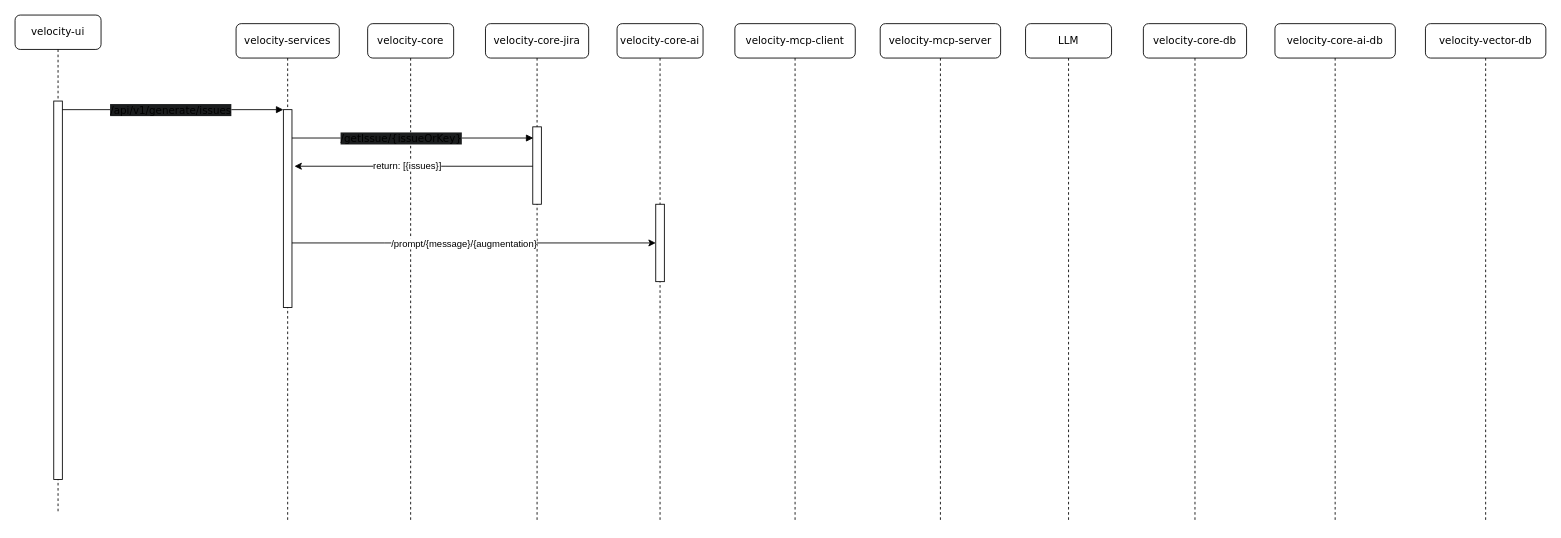
Before: generate-epics-stories-grs-sequence.drawio in jonny-dungeons/diagrams, a draw.io diagram. Source tidied: cells renumbered, new cells numbered last; positions are measured from the earlier drawing's top-left corner, leaving out a move shared by most shapes. Both pictures are drawn from the tidied source at 86%, with x=0, y=0 at pixel (15, 15).
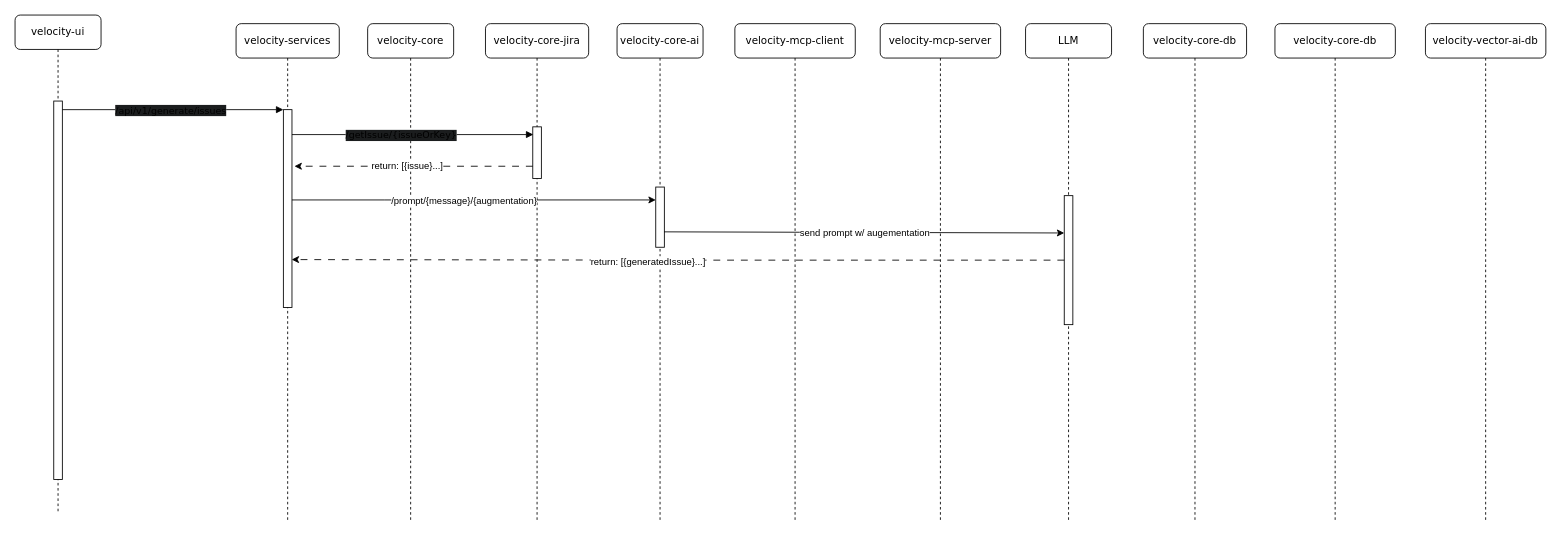
The same diagram, later.

Unchanged cells that the change refers to:
```xml
<mxCell id="3" style="html=1;points=[];perimeter=orthogonalPerimeter;rounded=0;shadow=0;comic=0;labelBackgroundColor=none;strokeWidth=1;fontFamily=Verdana;fontSize=12;align=center;" parent="2" vertex="1">
  <mxGeometry x="55" y="100" width="10" height="230" as="geometry" />
</mxCell>
<mxCell id="5" value="velocity-core-jira" style="shape=umlLifeline;perimeter=lifelinePerimeter;whiteSpace=wrap;html=1;rounded=1;shadow=0;comic=0;labelBackgroundColor=none;strokeWidth=1;fontFamily=Verdana;fontSize=12;align=center;" parent="1" vertex="1">
  <mxGeometry x="547" y="10" width="120" height="580" as="geometry" />
</mxCell>
<mxCell id="7" value="velocity-core-ai" style="shape=umlLifeline;perimeter=lifelinePerimeter;whiteSpace=wrap;html=1;rounded=1;shadow=0;comic=0;labelBackgroundColor=none;strokeWidth=1;fontFamily=Verdana;fontSize=12;align=center;" parent="1" vertex="1">
  <mxGeometry x="700" y="10" width="100" height="580" as="geometry" />
</mxCell>
<mxCell id="13" style="html=1;verticalAlign=bottom;endArrow=block;entryX=0;entryY=0;labelBackgroundColor=none;fontFamily=Verdana;fontSize=12;edgeStyle=elbowEdgeStyle;elbow=vertical;" parent="1" edge="1" source="12" target="3">
  <mxGeometry relative="1" as="geometry" />
</mxCell>
<mxCell id="15" style="html=1;verticalAlign=bottom;endArrow=block;labelBackgroundColor=none;fontFamily=Verdana;fontSize=12;edgeStyle=elbowEdgeStyle;elbow=vertical;entryX=0.067;entryY=0.148;entryDx=0;entryDy=0;entryPerimeter=0;" parent="1" edge="1" source="3" target="6">
  <mxGeometry relative="1" as="geometry" />
</mxCell>
<mxCell id="17" value="LLM" style="shape=umlLifeline;perimeter=lifelinePerimeter;whiteSpace=wrap;html=1;rounded=1;shadow=0;comic=0;labelBackgroundColor=none;strokeWidth=1;fontFamily=Verdana;fontSize=12;align=center;" parent="1" vertex="1">
  <mxGeometry x="1175" y="10" width="100" height="580" as="geometry" />
</mxCell>
```

The edit, as a diff of the source:
```diff
@@
     <mxCell id="6" style="html=1;points=[];perimeter=orthogonalPerimeter;rounded=0;shadow=0;comic=0;labelBackgroundColor=none;strokeWidth=1;fontFamily=Verdana;fontSize=12;align=center;" parent="5" vertex="1">
-      <mxGeometry x="55" y="120" width="10" height="90" as="geometry" />
+      <mxGeometry x="55" y="120" width="10" height="60" as="geometry" />
     </mxCell>
@@
     <mxCell id="8" style="html=1;points=[];perimeter=orthogonalPerimeter;rounded=0;shadow=0;comic=0;labelBackgroundColor=none;strokeWidth=1;fontFamily=Verdana;fontSize=12;align=center;" parent="7" vertex="1">
-      <mxGeometry x="45" y="210" width="10" height="90" as="geometry" />
+      <mxGeometry x="45" y="190" width="10" height="70" as="geometry" />
     </mxCell>
@@
-    <mxCell id="14" value="&lt;span style=&quot;font-family: Verdana; font-size: 12px; background-color: light-dark(rgb(27, 29, 30), rgb(0, 0, 0));&quot;&gt;/api/v1/generate/issues&lt;/span&gt;" style="edgeLabel;html=1;align=center;verticalAlign=middle;" parent="13" vertex="1">
+    <mxCell id="14" value="&lt;span style=&quot;font-family: Verdana; background-color: light-dark(rgb(27, 29, 30), rgb(0, 0, 0));&quot;&gt;&lt;font&gt;/api/v1/generate/issues&lt;/font&gt;&lt;/span&gt;" style="edgeLabel;html=1;align=center;verticalAlign=middle;" parent="13" vertex="1">
       <mxGeometry x="-0.23" relative="1" as="geometry">
         <mxPoint x="26" as="offset" />
       </mxGeometry>
     </mxCell>
@@
-    <mxCell id="16" value="&lt;span style=&quot;font-family: Verdana; font-size: 12px; background-color: light-dark(rgb(27, 29, 30), rgb(0, 0, 0));&quot;&gt;/getIssue/{issueOrKey}&lt;/span&gt;" style="edgeLabel;html=1;align=center;verticalAlign=middle;" parent="15" vertex="1">
+    <mxCell id="16" value="&lt;span style=&quot;font-family: Verdana; background-color: light-dark(rgb(27, 29, 30), rgb(0, 0, 0));&quot;&gt;&lt;font&gt;/getIssue/{issueOrKey}&lt;/font&gt;&lt;/span&gt;" style="edgeLabel;html=1;align=center;verticalAlign=middle;" parent="15" vertex="1">
       <mxGeometry x="-0.1" relative="1" as="geometry" />
     </mxCell>
@@
+    <mxCell id="25" style="html=1;points=[];perimeter=orthogonalPerimeter;rounded=0;shadow=0;comic=0;labelBackgroundColor=none;strokeWidth=1;fontFamily=Verdana;fontSize=12;align=center;" parent="17" vertex="1">
+      <mxGeometry x="45" y="200" width="10" height="150" as="geometry" />
+    </mxCell>
@@
-    <mxCell id="19" value="velocity-core-ai-db" style="shape=umlLifeline;perimeter=lifelinePerimeter;whiteSpace=wrap;html=1;rounded=1;shadow=0;comic=0;labelBackgroundColor=none;strokeWidth=1;fontFamily=Verdana;fontSize=12;align=center;" parent="1" vertex="1">
+    <mxCell id="19" value="velocity-core-db" style="shape=umlLifeline;perimeter=lifelinePerimeter;whiteSpace=wrap;html=1;rounded=1;shadow=0;comic=0;labelBackgroundColor=none;strokeWidth=1;fontFamily=Verdana;fontSize=12;align=center;" parent="1" vertex="1">
       <mxGeometry x="1465" y="10" width="140" height="580" as="geometry" />
     </mxCell>
-    <mxCell id="20" value="velocity-vector-db" style="shape=umlLifeline;perimeter=lifelinePerimeter;whiteSpace=wrap;html=1;rounded=1;shadow=0;comic=0;labelBackgroundColor=none;strokeWidth=1;fontFamily=Verdana;fontSize=12;align=center;" parent="1" vertex="1">
+    <mxCell id="20" value="velocity-vector-ai-db" style="shape=umlLifeline;perimeter=lifelinePerimeter;whiteSpace=wrap;html=1;rounded=1;shadow=0;comic=0;labelBackgroundColor=none;strokeWidth=1;fontFamily=Verdana;fontSize=12;align=center;" parent="1" vertex="1">
       <mxGeometry x="1640" y="10" width="140" height="580" as="geometry" />
     </mxCell>
-    <mxCell id="21" style="edgeStyle=orthogonalEdgeStyle;rounded=0;jettySize=auto;html=1;entryX=1.289;entryY=0.286;entryDx=0;entryDy=0;entryPerimeter=0;" parent="1" edge="1" source="6" target="3">
+    <mxCell id="21" style="edgeStyle=orthogonalEdgeStyle;rounded=0;jettySize=auto;html=1;entryX=1.289;entryY=0.286;entryDx=0;entryDy=0;entryPerimeter=0;strokeColor=default;dashed=1;dashPattern=8 8;" parent="1" edge="1" source="6" target="3">
       <mxGeometry relative="1" as="geometry">
         <Array as="points">
           <mxPoint x="500" y="175" />
         </Array>
       </mxGeometry>
     </mxCell>
-    <mxCell id="22" value="return: [{issues}]" style="edgeLabel;html=1;align=center;verticalAlign=middle;" parent="21" vertex="1">
+    <mxCell id="22" value="return: [{issue}...]" style="edgeLabel;html=1;align=center;verticalAlign=middle;" parent="21" vertex="1">
       <mxGeometry x="0.06" y="-1" relative="1" as="geometry" />
     </mxCell>
-    <mxCell id="23" style="edgeStyle=orthogonalEdgeStyle;rounded=0;jettySize=auto;html=1;" parent="1" edge="1" source="3" target="8">
+    <mxCell id="23" style="edgeStyle=orthogonalEdgeStyle;rounded=0;orthogonalLoop=1;jettySize=auto;html=1;" parent="1" edge="1">
       <mxGeometry relative="1" as="geometry">
+        <mxPoint x="322" y="215" as="sourcePoint" />
+        <mxPoint x="745" y="215" as="targetPoint" />
         <Array as="points">
-          <mxPoint x="430" y="265" />
-          <mxPoint x="430" y="265" />
+          <mxPoint x="430" y="215" />
+          <mxPoint x="430" y="215" />
         </Array>
       </mxGeometry>
     </mxCell>
@@
+    <mxCell id="26" style="endArrow=classic;html=1;rounded=0;exitX=0.969;exitY=0.43;exitDx=0;exitDy=0;exitPerimeter=0;entryX=0;entryY=0.143;entryDx=0;entryDy=0;entryPerimeter=0;" parent="1" edge="1">
+      <mxGeometry relative="1" as="geometry">
+        <mxPoint x="754.7" y="252.1" as="sourcePoint" />
+        <mxPoint x="1220" y="253.4" as="targetPoint" />
+      </mxGeometry>
+    </mxCell>
+    <mxCell id="27" value="send prompt w/ augementation" style="edgeLabel;html=1;align=center;verticalAlign=middle;" parent="26" vertex="1">
+      <mxGeometry relative="1" as="geometry" />
+    </mxCell>
+    <mxCell id="28" style="edgeStyle=orthogonalEdgeStyle;rounded=0;jettySize=auto;html=1;entryX=0.967;entryY=0.758;entryDx=0;entryDy=0;entryPerimeter=0;dashed=1;dashPattern=8 8;" parent="1" edge="1" source="25" target="3">
+      <mxGeometry relative="1" as="geometry" />
+    </mxCell>
+    <mxCell id="29" value="return: [{generatedIssue}...]" style="edgeLabel;html=1;align=center;verticalAlign=middle;" parent="28" vertex="1">
+      <mxGeometry x="0.08" y="2" relative="1" as="geometry" />
+    </mxCell>
```
